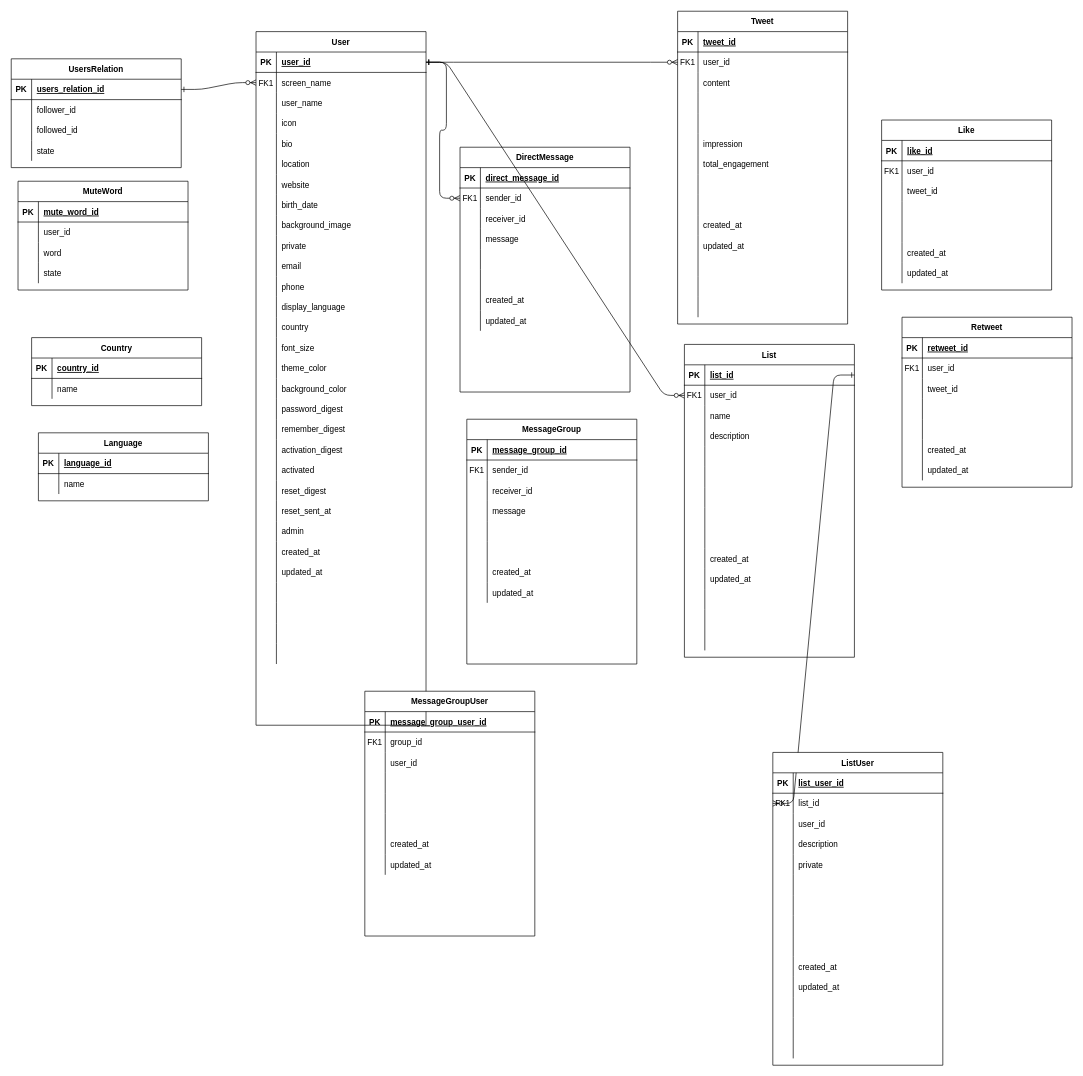
Before: twitter.drawio in universato/boot, a draw.io diagram. Source tidied: cells renumbered, new cells numbered last; positions are measured from the earlier drawing's top-left corner, leaving out a move shared by most shapes. Both pictures are drawn from the tidied source at 68%, with x=0, y=0 at pixel (11, 11).
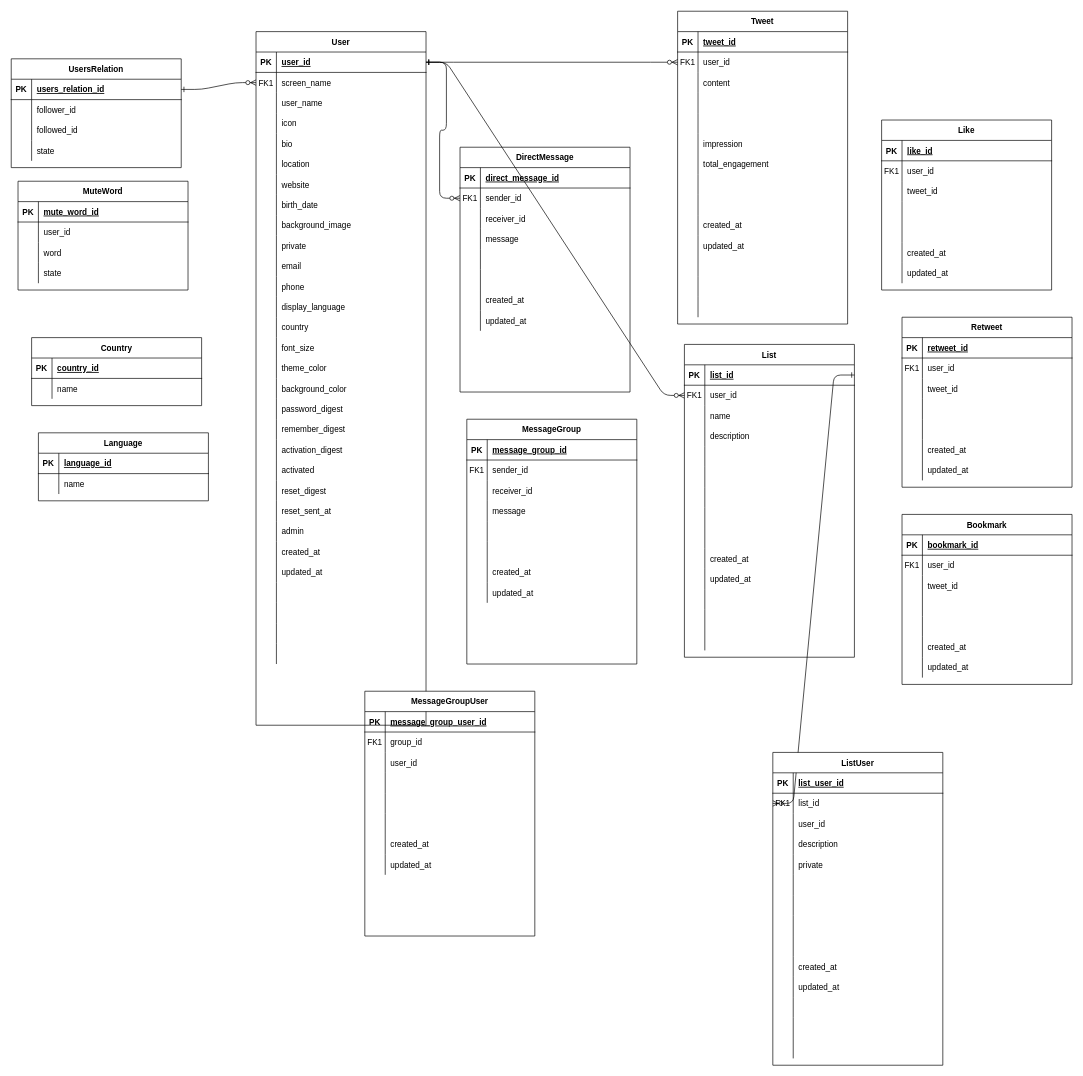
Above is the later version.

Commit message:
Update twitter.drawio about bookmark

Diff of the diagram source:
```diff
@@
+    <mxCell id="386" value="Bookmark" style="shape=table;startSize=30;childLayout=tableLayout;rowLines=0;fontStyle=1;align=center;" parent="1" vertex="1">
+      <mxGeometry x="1310" y="740" width="250" height="250" as="geometry" />
+    </mxCell>
+    <mxCell id="387" style="shape=partialRectangle;fillColor=none;top=0;left=0;right=0;bottom=1;" parent="386" vertex="1">
+      <mxGeometry y="30" width="250" height="30" as="geometry" />
+    </mxCell>
+    <mxCell id="388" value="PK" style="shape=partialRectangle;overflow=hidden;fillColor=none;top=0;left=0;bottom=0;right=0;fontStyle=1;" parent="387" vertex="1">
+      <mxGeometry width="30" height="30" as="geometry" />
+    </mxCell>
+    <mxCell id="389" value="bookmark_id" style="shape=partialRectangle;overflow=hidden;fillColor=none;top=0;left=0;bottom=0;right=0;align=left;spacingLeft=6;fontStyle=5;" parent="387" vertex="1">
+      <mxGeometry x="30" width="220" height="30" as="geometry" />
+    </mxCell>
+    <mxCell id="390" style="shape=partialRectangle;fillColor=none;top=0;left=0;right=0;bottom=0;" parent="386" vertex="1">
+      <mxGeometry y="60" width="250" height="30" as="geometry" />
+    </mxCell>
+    <mxCell id="391" value="FK1" style="shape=partialRectangle;overflow=hidden;fillColor=none;top=0;left=0;bottom=0;right=0;" parent="390" vertex="1">
+      <mxGeometry width="30" height="30" as="geometry" />
+    </mxCell>
+    <mxCell id="392" value="user_id" style="shape=partialRectangle;overflow=hidden;fillColor=none;top=0;left=0;bottom=0;right=0;align=left;spacingLeft=6;" parent="390" vertex="1">
+      <mxGeometry x="30" width="220" height="30" as="geometry" />
+    </mxCell>
+    <mxCell id="393" style="shape=partialRectangle;fillColor=none;top=0;left=0;right=0;bottom=0;" parent="386" vertex="1">
+      <mxGeometry y="90" width="250" height="30" as="geometry" />
+    </mxCell>
+    <mxCell id="394" style="shape=partialRectangle;overflow=hidden;fillColor=none;top=0;left=0;bottom=0;right=0;" parent="393" vertex="1">
+      <mxGeometry width="30" height="30" as="geometry" />
+    </mxCell>
+    <mxCell id="395" value="tweet_id" style="shape=partialRectangle;overflow=hidden;fillColor=none;top=0;left=0;bottom=0;right=0;align=left;spacingLeft=6;" parent="393" vertex="1">
+      <mxGeometry x="30" width="220" height="30" as="geometry" />
+    </mxCell>
+    <mxCell id="396" style="shape=partialRectangle;fillColor=none;top=0;left=0;right=0;bottom=0;" parent="386" vertex="1">
+      <mxGeometry y="120" width="250" height="30" as="geometry" />
+    </mxCell>
+    <mxCell id="397" style="shape=partialRectangle;overflow=hidden;fillColor=none;top=0;left=0;bottom=0;right=0;" parent="396" vertex="1">
+      <mxGeometry width="30" height="30" as="geometry" />
+    </mxCell>
+    <mxCell id="398" style="shape=partialRectangle;overflow=hidden;fillColor=none;top=0;left=0;bottom=0;right=0;align=left;spacingLeft=6;" parent="396" vertex="1">
+      <mxGeometry x="30" width="220" height="30" as="geometry" />
+    </mxCell>
+    <mxCell id="399" style="shape=partialRectangle;fillColor=none;top=0;left=0;right=0;bottom=0;" parent="386" vertex="1">
+      <mxGeometry y="150" width="250" height="30" as="geometry" />
+    </mxCell>
+    <mxCell id="400" style="shape=partialRectangle;overflow=hidden;fillColor=none;top=0;left=0;bottom=0;right=0;" parent="399" vertex="1">
+      <mxGeometry width="30" height="30" as="geometry" />
+    </mxCell>
+    <mxCell id="401" style="shape=partialRectangle;overflow=hidden;fillColor=none;top=0;left=0;bottom=0;right=0;align=left;spacingLeft=6;" parent="399" vertex="1">
+      <mxGeometry x="30" width="220" height="30" as="geometry" />
+    </mxCell>
+    <mxCell id="402" style="shape=partialRectangle;fillColor=none;top=0;left=0;right=0;bottom=0;" parent="386" vertex="1">
+      <mxGeometry y="180" width="250" height="30" as="geometry" />
+    </mxCell>
+    <mxCell id="403" style="shape=partialRectangle;overflow=hidden;fillColor=none;top=0;left=0;bottom=0;right=0;" parent="402" vertex="1">
+      <mxGeometry width="30" height="30" as="geometry" />
+    </mxCell>
+    <mxCell id="404" value="created_at" style="shape=partialRectangle;overflow=hidden;fillColor=none;top=0;left=0;bottom=0;right=0;align=left;spacingLeft=6;" parent="402" vertex="1">
+      <mxGeometry x="30" width="220" height="30" as="geometry" />
+    </mxCell>
+    <mxCell id="405" style="shape=partialRectangle;fillColor=none;top=0;left=0;right=0;bottom=0;" parent="386" vertex="1">
+      <mxGeometry y="210" width="250" height="30" as="geometry" />
+    </mxCell>
+    <mxCell id="406" style="shape=partialRectangle;overflow=hidden;fillColor=none;top=0;left=0;bottom=0;right=0;" parent="405" vertex="1">
+      <mxGeometry width="30" height="30" as="geometry" />
+    </mxCell>
+    <mxCell id="407" value="updated_at" style="shape=partialRectangle;overflow=hidden;fillColor=none;top=0;left=0;bottom=0;right=0;align=left;spacingLeft=6;" parent="405" vertex="1">
+      <mxGeometry x="30" width="220" height="30" as="geometry" />
+    </mxCell>
```
